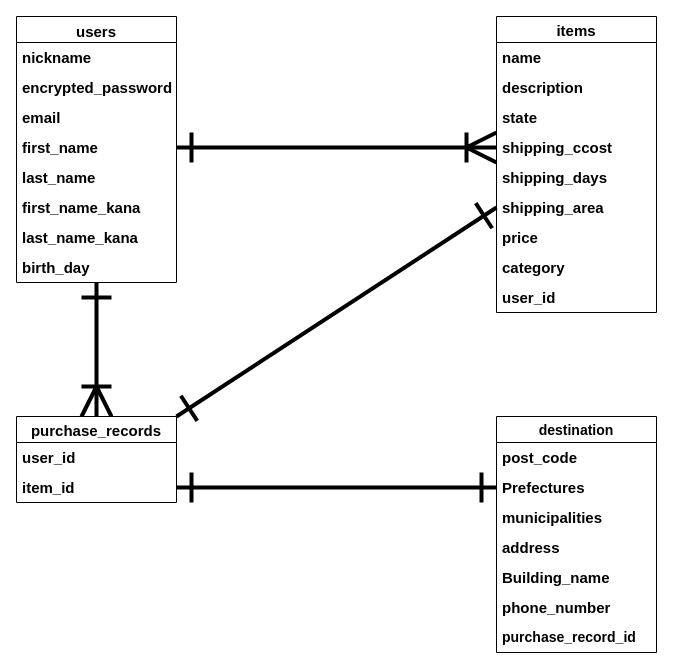
Before: app/controllers/ER.dio in MAXIM-kn/furima-38255, a draw.io diagram. Source tidied: cells renumbered, new cells numbered last; positions are measured from the earlier drawing's top-left corner, leaving out a move shared by most shapes. Both pictures are drawn from the tidied source at 100%, with x=0, y=0 at pixel (16, 16).
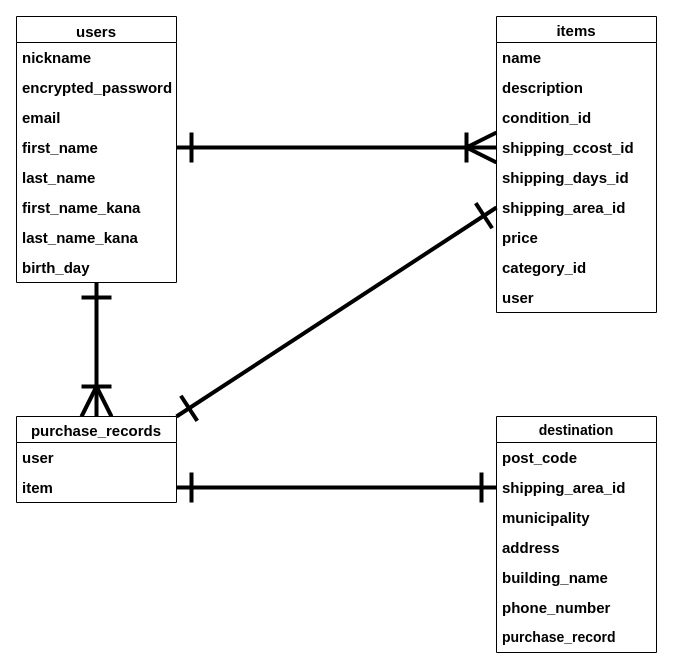
The same page after the edit.

Commit message (it also covers changes not shown here):
データベース設計の修正

Unchanged cells that the change refers to:
```xml
<mxCell id="11" value="items" style="swimlane;fontStyle=1;horizontal=1;startSize=26;align=center;fontSize=15;" parent="1" vertex="1">
  <mxGeometry x="480" width="160" height="296" as="geometry" />
</mxCell>
<mxCell id="21" value="destination" style="swimlane;fontStyle=1;horizontal=1;startSize=26;align=center;fontSize=14;" parent="1" vertex="1">
  <mxGeometry x="480" y="400" width="160" height="236" as="geometry" />
</mxCell>
<mxCell id="30" value="purchase_records" style="swimlane;fontStyle=1;horizontal=1;startSize=26;align=center;fontSize=15;" parent="1" vertex="1">
  <mxGeometry y="400" width="160" height="86" as="geometry" />
</mxCell>
```

Change to the diagram source:
```diff
@@
-    <mxCell id="14" value="state" style="text;strokeColor=none;fillColor=none;spacingLeft=4;spacingRight=4;overflow=hidden;fontSize=15;fontStyle=1;" parent="11" vertex="1">
+    <mxCell id="14" value="condition_id" style="text;strokeColor=none;fillColor=none;spacingLeft=4;spacingRight=4;overflow=hidden;fontSize=15;fontStyle=1;" parent="11" vertex="1">
       <mxGeometry y="86" width="160" height="30" as="geometry" />
     </mxCell>
-    <mxCell id="15" value="shipping_ccost" style="text;strokeColor=none;fillColor=none;spacingLeft=4;spacingRight=4;overflow=hidden;points=[[0,0.5],[1,0.5]];portConstraint=eastwest;fontSize=15;fontStyle=1;" parent="11" vertex="1">
+    <mxCell id="15" value="shipping_ccost_id" style="text;strokeColor=none;fillColor=none;spacingLeft=4;spacingRight=4;overflow=hidden;points=[[0,0.5],[1,0.5]];portConstraint=eastwest;fontSize=15;fontStyle=1;" parent="11" vertex="1">
       <mxGeometry y="116" width="160" height="30" as="geometry" />
     </mxCell>
-    <mxCell id="16" value="shipping_days" style="text;strokeColor=none;fillColor=none;spacingLeft=4;spacingRight=4;overflow=hidden;fontSize=15;fontStyle=1;" parent="11" vertex="1">
+    <mxCell id="16" value="shipping_days_id" style="text;strokeColor=none;fillColor=none;spacingLeft=4;spacingRight=4;overflow=hidden;fontSize=15;fontStyle=1;" parent="11" vertex="1">
       <mxGeometry y="146" width="160" height="30" as="geometry" />
     </mxCell>
-    <mxCell id="17" value="shipping_area" style="text;strokeColor=none;fillColor=none;spacingLeft=4;spacingRight=4;overflow=hidden;points=[[0,0.5],[1,0.5]];portConstraint=eastwest;fontSize=15;fontStyle=1;" parent="11" vertex="1">
+    <mxCell id="17" value="shipping_area_id" style="text;strokeColor=none;fillColor=none;spacingLeft=4;spacingRight=4;overflow=hidden;points=[[0,0.5],[1,0.5]];portConstraint=eastwest;fontSize=15;fontStyle=1;" parent="11" vertex="1">
       <mxGeometry y="176" width="160" height="30" as="geometry" />
     </mxCell>
@@
-    <mxCell id="19" value="category" style="text;strokeColor=none;fillColor=none;spacingLeft=4;spacingRight=4;overflow=hidden;fontSize=15;fontStyle=1;" parent="11" vertex="1">
+    <mxCell id="19" value="category_id" style="text;strokeColor=none;fillColor=none;spacingLeft=4;spacingRight=4;overflow=hidden;fontSize=15;fontStyle=1;" parent="11" vertex="1">
       <mxGeometry y="236" width="160" height="30" as="geometry" />
     </mxCell>
-    <mxCell id="20" value="user_id" style="text;strokeColor=none;fillColor=none;spacingLeft=4;spacingRight=4;overflow=hidden;fontSize=15;fontStyle=1;" parent="11" vertex="1">
+    <mxCell id="20" value="user" style="text;strokeColor=none;fillColor=none;spacingLeft=4;spacingRight=4;overflow=hidden;fontSize=15;fontStyle=1;" parent="11" vertex="1">
       <mxGeometry y="266" width="160" height="30" as="geometry" />
     </mxCell>
@@
-    <mxCell id="23" value="Prefectures" style="text;strokeColor=none;fillColor=none;spacingLeft=4;spacingRight=4;overflow=hidden;points=[[0,0.5],[1,0.5]];portConstraint=eastwest;fontSize=15;fontStyle=1;" parent="21" vertex="1">
+    <mxCell id="23" value="shipping_area_id" style="text;strokeColor=none;fillColor=none;spacingLeft=4;spacingRight=4;overflow=hidden;points=[[0,0.5],[1,0.5]];portConstraint=eastwest;fontSize=15;fontStyle=1;" parent="21" vertex="1">
       <mxGeometry y="56" width="160" height="30" as="geometry" />
     </mxCell>
-    <mxCell id="24" value="municipalities" style="text;strokeColor=none;fillColor=none;spacingLeft=4;spacingRight=4;overflow=hidden;fontSize=15;fontStyle=1;" parent="21" vertex="1">
+    <mxCell id="24" value="municipality" style="text;strokeColor=none;fillColor=none;spacingLeft=4;spacingRight=4;overflow=hidden;fontSize=15;fontStyle=1;" parent="21" vertex="1">
       <mxGeometry y="86" width="160" height="30" as="geometry" />
     </mxCell>
@@
-    <mxCell id="26" value="Building_name" style="text;strokeColor=none;fillColor=none;spacingLeft=4;spacingRight=4;overflow=hidden;fontSize=15;fontStyle=1;" parent="21" vertex="1">
+    <mxCell id="26" value="building_name" style="text;strokeColor=none;fillColor=none;spacingLeft=4;spacingRight=4;overflow=hidden;fontSize=15;fontStyle=1;" parent="21" vertex="1">
       <mxGeometry y="146" width="160" height="30" as="geometry" />
     </mxCell>
@@
-    <mxCell id="28" value="purchase_record_id" style="text;strokeColor=none;fillColor=none;spacingLeft=4;spacingRight=4;overflow=hidden;fontSize=14;fontStyle=1;" parent="21" vertex="1">
+    <mxCell id="28" value="purchase_record" style="text;strokeColor=none;fillColor=none;spacingLeft=4;spacingRight=4;overflow=hidden;fontSize=14;fontStyle=1;" parent="21" vertex="1">
       <mxGeometry y="206" width="160" height="30" as="geometry" />
     </mxCell>
@@
-    <mxCell id="31" value="user_id" style="text;strokeColor=none;fillColor=none;spacingLeft=4;spacingRight=4;overflow=hidden;fontSize=15;fontStyle=1;" parent="30" vertex="1">
+    <mxCell id="31" value="user" style="text;strokeColor=none;fillColor=none;spacingLeft=4;spacingRight=4;overflow=hidden;fontSize=15;fontStyle=1;" parent="30" vertex="1">
       <mxGeometry y="26" width="160" height="30" as="geometry" />
     </mxCell>
-    <mxCell id="32" value="item_id" style="text;strokeColor=none;fillColor=none;spacingLeft=4;spacingRight=4;overflow=hidden;points=[[0,0.5],[1,0.5]];portConstraint=eastwest;fontSize=15;fontStyle=1;" parent="30" vertex="1">
+    <mxCell id="32" value="item" style="text;strokeColor=none;fillColor=none;spacingLeft=4;spacingRight=4;overflow=hidden;points=[[0,0.5],[1,0.5]];portConstraint=eastwest;fontSize=15;fontStyle=1;" parent="30" vertex="1">
       <mxGeometry y="56" width="160" height="30" as="geometry" />
     </mxCell>
```
